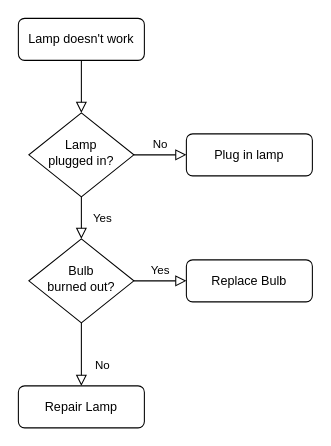
Above: GitFlow Interface Le-misse-01.drawio in Le-misse-01/GitFlow-Flowchart-Interface (draw.io), before the change. Source tidied: cells renumbered, new cells numbered last; positions are measured from the earlier drawing's top-left corner, leaving out a move shared by most shapes. Both pictures are drawn from the tidied source at 105%, with x=0, y=0 at pixel (18, 18).
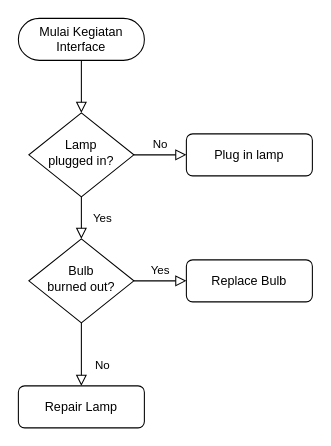
The same diagram, later.

Diff of the diagram source:
```diff
@@
 <mxGraphModel>
   <root>
     <mxCell id="0" />
     <mxCell id="1" parent="0" />
     <mxCell id="2" style="rounded=0;html=1;jettySize=auto;fontSize=11;endArrow=block;endFill=0;endSize=8;strokeWidth=1;shadow=0;labelBackgroundColor=none;edgeStyle=orthogonalEdgeStyle;" parent="1" edge="1" source="3" target="6">
       <mxGeometry relative="1" as="geometry" />
     </mxCell>
-    <mxCell id="3" value="Lamp doesn't work" style="rounded=1;whiteSpace=wrap;html=1;fontSize=12;glass=0;strokeWidth=1;shadow=0;" parent="1" vertex="1">
+    <mxCell id="3" value="Mulai Kegiatan Interface" style="rounded=1;whiteSpace=wrap;html=1;fontSize=12;glass=0;strokeWidth=1;shadow=0;arcSize=50;" parent="1" vertex="1">
       <mxGeometry width="120" height="40" as="geometry" />
     </mxCell>
     <mxCell id="4" value="Yes" style="rounded=0;html=1;jettySize=auto;fontSize=11;endArrow=block;endFill=0;endSize=8;strokeWidth=1;shadow=0;labelBackgroundColor=none;edgeStyle=orthogonalEdgeStyle;" parent="1" edge="1" source="6" target="10">
       <mxGeometry y="20" relative="1" as="geometry" />
     </mxCell>
     <mxCell id="5" value="No" style="edgeStyle=orthogonalEdgeStyle;rounded=0;html=1;jettySize=auto;fontSize=11;endArrow=block;endFill=0;endSize=8;strokeWidth=1;shadow=0;labelBackgroundColor=none;" parent="1" edge="1" source="6" target="7">
       <mxGeometry y="10" relative="1" as="geometry" />
     </mxCell>
     <mxCell id="6" value="Lamp&lt;br&gt;plugged in?" style="rhombus;whiteSpace=wrap;html=1;shadow=0;fontFamily=Helvetica;fontSize=12;align=center;strokeWidth=1;spacing=6;spacingTop=-4;" parent="1" vertex="1">
       <mxGeometry x="10" y="90" width="100" height="80" as="geometry" />
     </mxCell>
     <mxCell id="7" value="Plug in lamp" style="rounded=1;whiteSpace=wrap;html=1;fontSize=12;glass=0;strokeWidth=1;shadow=0;" parent="1" vertex="1">
       <mxGeometry x="160" y="110" width="120" height="40" as="geometry" />
     </mxCell>
     <mxCell id="8" value="No" style="rounded=0;html=1;jettySize=auto;fontSize=11;endArrow=block;endFill=0;endSize=8;strokeWidth=1;shadow=0;labelBackgroundColor=none;edgeStyle=orthogonalEdgeStyle;" parent="1" edge="1" source="10" target="11">
       <mxGeometry x="0.33" y="20" relative="1" as="geometry" />
     </mxCell>
     <mxCell id="9" value="Yes" style="edgeStyle=orthogonalEdgeStyle;rounded=0;html=1;jettySize=auto;fontSize=11;endArrow=block;endFill=0;endSize=8;strokeWidth=1;shadow=0;labelBackgroundColor=none;" parent="1" edge="1" source="10" target="12">
       <mxGeometry y="10" relative="1" as="geometry" />
     </mxCell>
     <mxCell id="10" value="Bulb&lt;br&gt;burned out?" style="rhombus;whiteSpace=wrap;html=1;shadow=0;fontFamily=Helvetica;fontSize=12;align=center;strokeWidth=1;spacing=6;spacingTop=-4;" parent="1" vertex="1">
       <mxGeometry x="10" y="210" width="100" height="80" as="geometry" />
     </mxCell>
     <mxCell id="11" value="Repair Lamp" style="rounded=1;whiteSpace=wrap;html=1;fontSize=12;glass=0;strokeWidth=1;shadow=0;" parent="1" vertex="1">
       <mxGeometry y="350" width="120" height="40" as="geometry" />
     </mxCell>
     <mxCell id="12" value="Replace Bulb" style="rounded=1;whiteSpace=wrap;html=1;fontSize=12;glass=0;strokeWidth=1;shadow=0;" parent="1" vertex="1">
       <mxGeometry x="160" y="230" width="120" height="40" as="geometry" />
     </mxCell>
   </root>
 </mxGraphModel>
```
